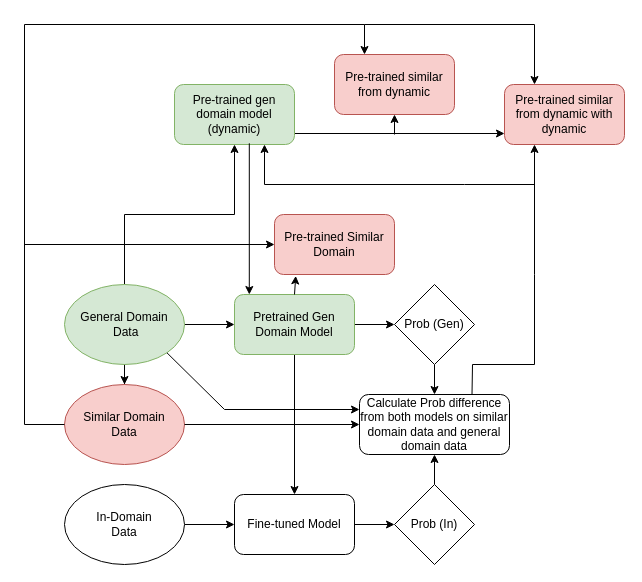
babangain/drawio keeps this draw.io diagram as dynamic_sample.drawio. Above is the earlier version. Source tidied: cells renumbered, new cells numbered last; positions are measured from the earlier drawing's top-left corner, leaving out a move shared by most shapes. Both pictures are drawn from the tidied source at 100%, with x=0, y=0 at pixel (24, 24).
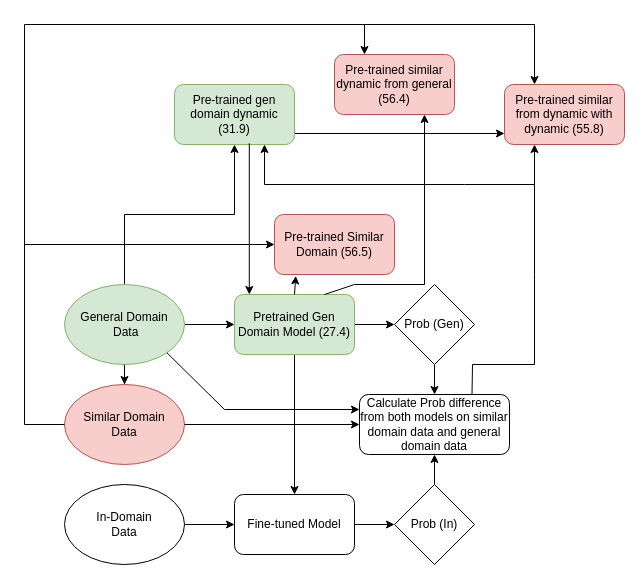
The same page after the edit.

Diff of the diagram source:
```diff
@@
-    <mxCell id="11" value="Pretrained Gen Domain Model" style="rounded=1;whiteSpace=wrap;html=1;fillColor=#d5e8d4;strokeColor=#82b366;" parent="1" vertex="1">
+    <mxCell id="11" value="Pretrained Gen Domain Model (27.4)" style="rounded=1;whiteSpace=wrap;html=1;fillColor=#d5e8d4;strokeColor=#82b366;" parent="1" vertex="1">
       <mxGeometry x="210" y="270" width="120" height="60" as="geometry" />
     </mxCell>
@@
-    <mxCell id="22" value="Pre-trained gen domain model (dynamic)" style="rounded=1;whiteSpace=wrap;html=1;fillColor=#d5e8d4;strokeColor=#82b366;" parent="1" vertex="1">
+    <mxCell id="22" value="Pre-trained gen domain dynamic (31.9)" style="rounded=1;whiteSpace=wrap;html=1;fillColor=#d5e8d4;strokeColor=#82b366;" parent="1" vertex="1">
       <mxGeometry x="150" y="60" width="120" height="60" as="geometry" />
     </mxCell>
-    <mxCell id="23" value="Pre-trained Similar Domain" style="rounded=1;whiteSpace=wrap;html=1;fillColor=#f8cecc;strokeColor=#b85450;" parent="1" vertex="1">
+    <mxCell id="23" value="Pre-trained Similar Domain (56.5)" style="rounded=1;whiteSpace=wrap;html=1;fillColor=#f8cecc;strokeColor=#b85450;" parent="1" vertex="1">
       <mxGeometry x="250" y="190" width="120" height="60" as="geometry" />
     </mxCell>
-    <mxCell id="24" value="Pre-trained similar from dynamic" style="rounded=1;whiteSpace=wrap;html=1;fillColor=#f8cecc;strokeColor=#b85450;" parent="1" vertex="1">
+    <mxCell id="24" value="Pre-trained similar dynamic from general (56.4)" style="rounded=1;whiteSpace=wrap;html=1;fillColor=#f8cecc;strokeColor=#b85450;" parent="1" vertex="1">
       <mxGeometry x="310" y="30" width="120" height="60" as="geometry" />
     </mxCell>
-    <mxCell id="25" value="Pre-trained similar from dynamic with dynamic" style="rounded=1;whiteSpace=wrap;html=1;fillColor=#f8cecc;strokeColor=#b85450;" parent="1" vertex="1">
+    <mxCell id="25" value="Pre-trained similar from dynamic with dynamic (55.8)" style="rounded=1;whiteSpace=wrap;html=1;fillColor=#f8cecc;strokeColor=#b85450;" parent="1" vertex="1">
       <mxGeometry x="480" y="60" width="120" height="60" as="geometry" />
     </mxCell>
@@
-    <mxCell id="28" style="endArrow=classic;html=1;rounded=0;entryX=0.5;entryY=1;entryDx=0;entryDy=0;" parent="1" edge="1" target="24">
-      <mxGeometry relative="1" as="geometry">
-        <mxPoint x="370" y="110" as="sourcePoint" />
-      </mxGeometry>
-    </mxCell>
@@
+    <mxCell id="34" style="endArrow=classic;html=1;rounded=0;entryX=0.75;entryY=1;entryDx=0;entryDy=0;exitX=0.75;exitY=0;exitDx=0;exitDy=0;" parent="1" edge="1" source="11" target="24">
+      <mxGeometry relative="1" as="geometry">
+        <Array as="points">
+          <mxPoint x="330" y="260" />
+          <mxPoint x="400" y="260" />
+        </Array>
+      </mxGeometry>
+    </mxCell>
```
